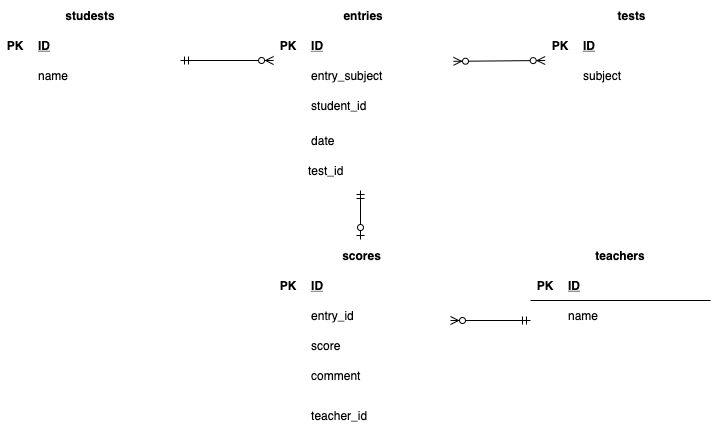
Earlier version of the draw.io export index.drawio.png (katorifuge/20210519teramoto). Source tidied: cells renumbered, new cells last; positions are measured from the earlier drawing's top-left corner, leaving out a move shared by most shapes.
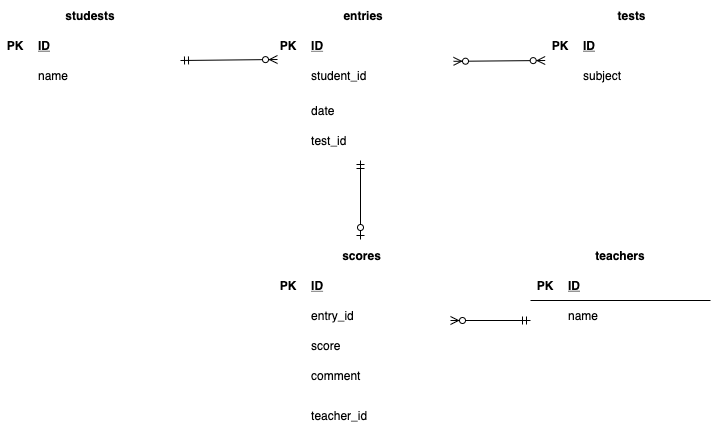
After the change.

Change to the diagram source:
```diff
@@ -75,7 +75,7 @@
       <mxGeometry x="273.1" width="180" height="200" as="geometry" />
     </mxCell>
     <mxCell id="26" value="entries" style="shape=table;startSize=30;rowLines=0;fontStyle=1;align=center;strokeColor=#FFFFFF;" parent="25" vertex="1">
-      <mxGeometry width="180" height="190" as="geometry" />
+      <mxGeometry width="180" height="160" as="geometry" />
     </mxCell>
     <mxCell id="27" style="shape=partialRectangle;fillColor=none;top=0;left=0;bottom=1;right=0;strokeColor=#FFFFFF;" parent="26" vertex="1">
       <mxGeometry y="30" width="180" height="30" as="geometry" />
@@ -86,17 +86,8 @@
     <mxCell id="29" value="ID" style="shape=partialRectangle;fillColor=none;top=0;left=0;bottom=0;right=0;align=left;spacingLeft=6;fontStyle=5;overflow=hidden;strokeColor=#FFFFFF;" parent="27" vertex="1">
       <mxGeometry x="30" width="150" height="30" as="geometry" />
     </mxCell>
-    <mxCell id="30" style="shape=partialRectangle;fillColor=none;top=0;left=0;bottom=0;right=0;points=[[0,0.5],[1,0.5]];portConstraint=eastwest;strokeColor=#FFFFFF;" parent="26" vertex="1">
-      <mxGeometry y="60" width="180" height="30" as="geometry" />
-    </mxCell>
-    <mxCell id="31" style="shape=partialRectangle;fillColor=none;top=0;left=0;bottom=0;right=0;overflow=hidden;strokeColor=#FFFFFF;" parent="30" vertex="1">
-      <mxGeometry width="30" height="30" as="geometry" />
-    </mxCell>
-    <mxCell id="32" value="entry_subject" style="shape=partialRectangle;fillColor=none;top=0;left=0;bottom=0;right=0;align=left;spacingLeft=6;overflow=hidden;strokeColor=#FFFFFF;" parent="30" vertex="1">
-      <mxGeometry x="30" width="150" height="30" as="geometry" />
-    </mxCell>
     <mxCell id="33" style="shape=partialRectangle;fillColor=none;top=0;left=0;bottom=0;right=0;strokeColor=#FFFFFF;" parent="26" vertex="1">
-      <mxGeometry y="90" width="180" height="30" as="geometry" />
+      <mxGeometry y="60" width="180" height="30" as="geometry" />
     </mxCell>
     <mxCell id="34" style="shape=partialRectangle;fillColor=none;top=0;left=0;bottom=0;right=0;overflow=hidden;strokeColor=#FFFFFF;" parent="33" vertex="1">
       <mxGeometry width="30" height="30" as="geometry" />
@@ -105,7 +96,7 @@
       <mxGeometry x="30" width="150" height="30" as="geometry" />
     </mxCell>
     <mxCell id="36" style="shape=partialRectangle;fillColor=none;top=0;left=0;bottom=0;right=0;strokeColor=#FFFFFF;" parent="26" vertex="1">
-      <mxGeometry y="120" width="180" height="40" as="geometry" />
+      <mxGeometry y="90" width="180" height="40" as="geometry" />
     </mxCell>
     <mxCell id="37" style="shape=partialRectangle;fillColor=none;top=0;left=0;bottom=0;right=0;overflow=hidden;strokeColor=#FFFFFF;" parent="36" vertex="1">
       <mxGeometry width="30" height="40" as="geometry" />
@@ -113,18 +104,28 @@
     <mxCell id="38" value="date" style="shape=partialRectangle;fillColor=none;top=0;left=0;bottom=0;right=0;align=left;spacingLeft=6;overflow=hidden;strokeColor=#FFFFFF;" parent="36" vertex="1">
       <mxGeometry x="30" width="150" height="40" as="geometry" />
     </mxCell>
+    <mxCell id="30" style="shape=partialRectangle;fillColor=none;top=0;left=0;bottom=0;right=0;points=[[0,0.5],[1,0.5]];portConstraint=eastwest;strokeColor=#FFFFFF;" parent="26" vertex="1">
+      <mxGeometry y="130" width="180" height="30" as="geometry" />
+    </mxCell>
+    <mxCell id="31" style="shape=partialRectangle;fillColor=none;top=0;left=0;bottom=0;right=0;overflow=hidden;strokeColor=#FFFFFF;" parent="30" vertex="1">
+      <mxGeometry width="30" height="30" as="geometry" />
+    </mxCell>
+    <mxCell id="32" style="shape=partialRectangle;fillColor=none;top=0;left=0;bottom=0;right=0;align=left;spacingLeft=6;overflow=hidden;strokeColor=#FFFFFF;" parent="30" vertex="1">
+      <mxGeometry x="30" width="150" height="30" as="geometry" />
+    </mxCell>
     <mxCell id="39" value="test_id" style="shape=partialRectangle;fillColor=none;top=0;left=0;bottom=0;right=0;align=left;spacingLeft=6;overflow=hidden;strokeColor=#FFFFFF;" parent="25" vertex="1">
-      <mxGeometry x="26.9" y="150" width="150" height="40" as="geometry" />
+      <mxGeometry x="30" y="120" width="150" height="40" as="geometry" />
     </mxCell>
-    <mxCell id="40" style="fontSize=12;html=1;endArrow=ERzeroToMany;startArrow=ERmandOne;entryX=0;entryY=0;entryDx=0;entryDy=0;entryPerimeter=0;startFill=0;" parent="1" edge="1" target="30">
+    <mxCell id="40" style="fontSize=12;html=1;endArrow=ERzeroToMany;startArrow=ERmandOne;startFill=0;" parent="1" edge="1">
       <mxGeometry relative="1" as="geometry">
         <mxPoint x="180" y="60" as="sourcePoint" />
+        <mxPoint x="277" y="59" as="targetPoint" />
       </mxGeometry>
     </mxCell>
     <mxCell id="41" style="fontSize=12;html=1;endArrow=ERmandOne;startArrow=ERzeroToOne;endFill=0;startFill=1;" parent="1" edge="1">
       <mxGeometry relative="1" as="geometry">
         <mxPoint x="360" y="239" as="sourcePoint" />
-        <mxPoint x="360" y="190" as="targetPoint" />
+        <mxPoint x="360" y="160" as="targetPoint" />
       </mxGeometry>
     </mxCell>
     <mxCell id="42" value="teachers" style="shape=table;startSize=30;rowLines=0;fontStyle=1;align=center;strokeColor=#FFFFFF;" parent="1" vertex="1">
```
